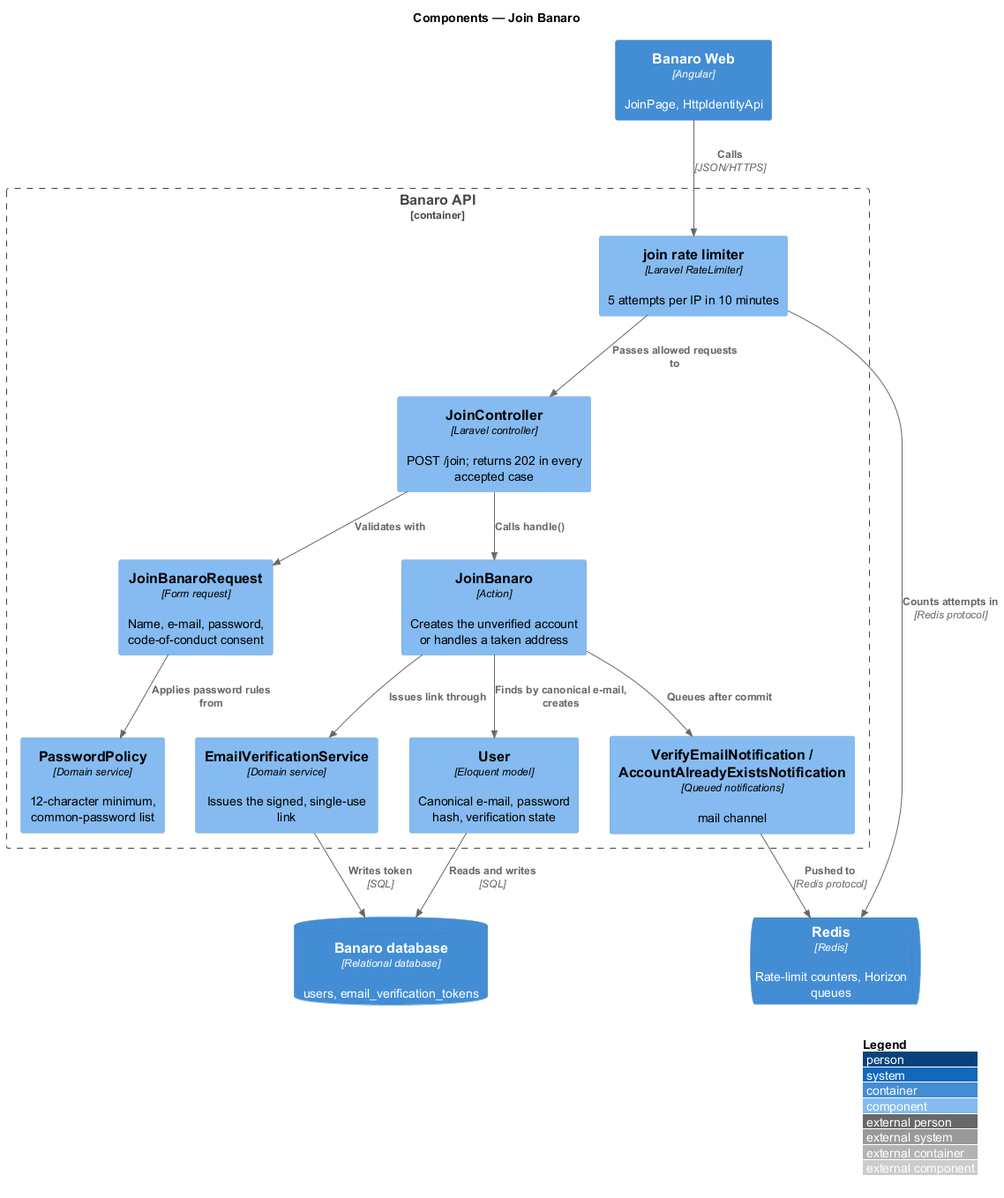
This is docs/detailed-designs/identity/join-banaro/diagrams/c4-component.png from QuinntyneBrown/banaro, a PlantUML export, as it was before one commit.
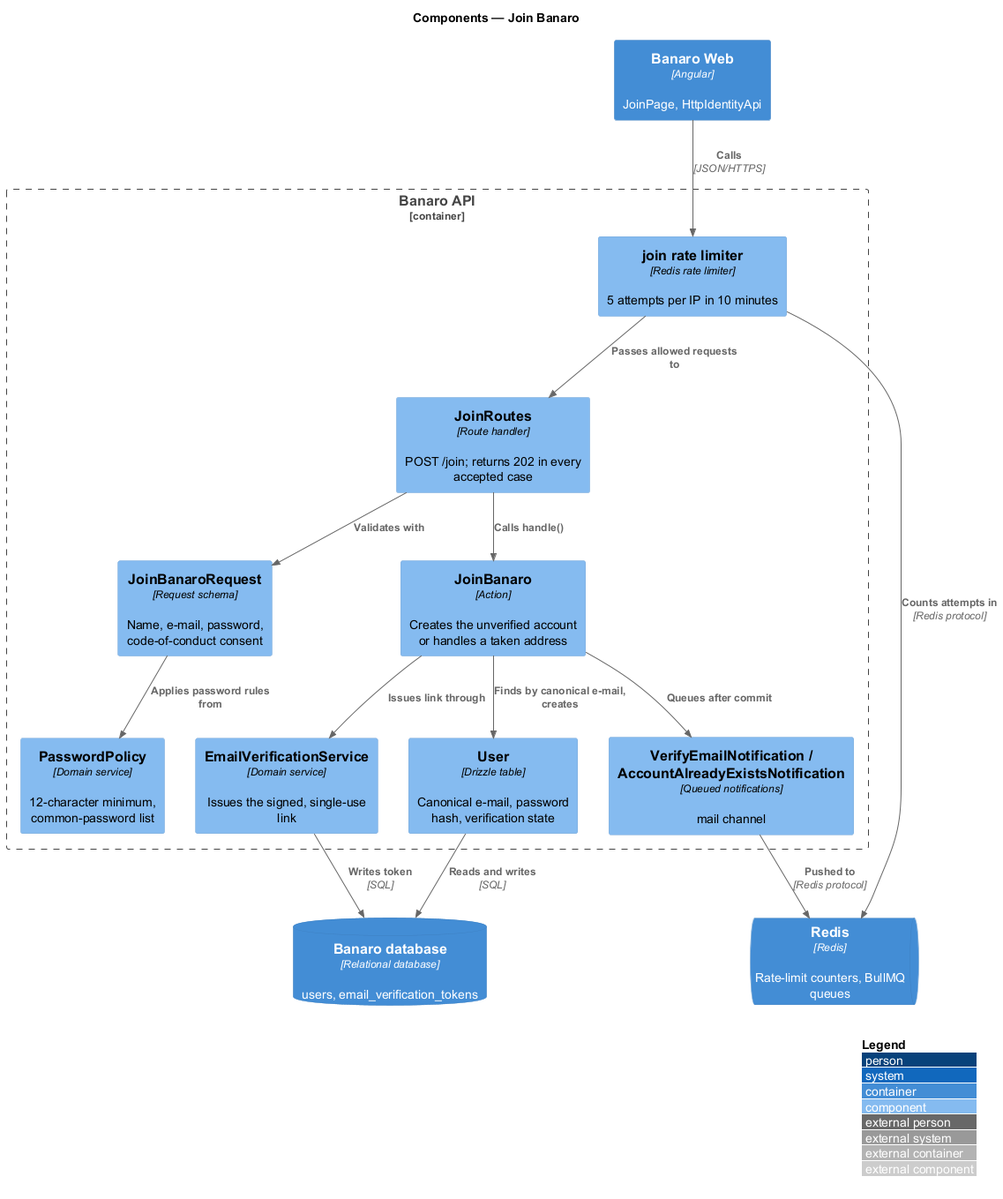
After the change.

Diff of the diagram source:
```diff
@@ -5,16 +5,16 @@
 
 Container(web, "Banaro Web", "Angular", "JoinPage, HttpIdentityApi")
 ContainerDb(db, "Banaro database", "Relational database", "users, email_verification_tokens")
-ContainerQueue(redis, "Redis", "Redis", "Rate-limit counters, Horizon queues")
+ContainerQueue(redis, "Redis", "Redis", "Rate-limit counters, BullMQ queues")
 
 Container_Boundary(api, "Banaro API") {
-  Component(limiter, "join rate limiter", "Laravel RateLimiter", "5 attempts per IP in 10 minutes")
-  Component(ctrl, "JoinController", "Laravel controller", "POST /join; returns 202 in every accepted case")
-  Component(req, "JoinBanaroRequest", "Form request", "Name, e-mail, password, code-of-conduct consent")
+  Component(limiter, "join rate limiter", "Redis rate limiter", "5 attempts per IP in 10 minutes")
+  Component(ctrl, "JoinRoutes", "Route handler", "POST /join; returns 202 in every accepted case")
+  Component(req, "JoinBanaroRequest", "Request schema", "Name, e-mail, password, code-of-conduct consent")
   Component(policy, "PasswordPolicy", "Domain service", "12-character minimum, common-password list")
   Component(action, "JoinBanaro", "Action", "Creates the unverified account or handles a taken address")
   Component(verify, "EmailVerificationService", "Domain service", "Issues the signed, single-use link")
-  Component(user, "User", "Eloquent model", "Canonical e-mail, password hash, verification state")
+  Component(user, "User", "Drizzle table", "Canonical e-mail, password hash, verification state")
   Component(notify, "VerifyEmailNotification / AccountAlreadyExistsNotification", "Queued notifications", "mail channel")
 }
 
```
